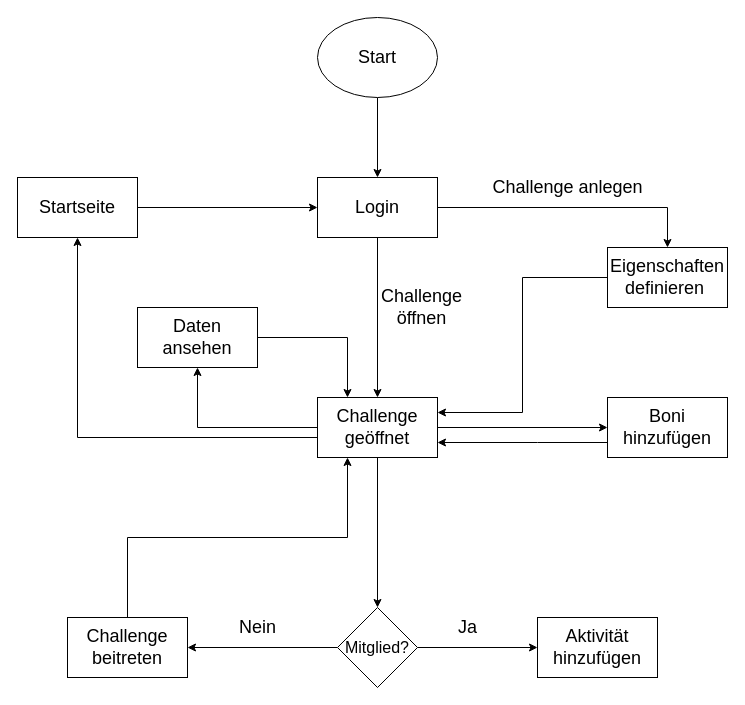
Earlier version of the draw.io diagram Dokumente/Diagramme/Ablauf.drawio (JasonDuffy/Sport-Challenge-Project). Source tidied: cells renumbered, new cells numbered last; positions are measured from the earlier drawing's top-left corner, leaving out a move shared by most shapes. Both pictures are drawn from the tidied source at 100%, with x=0, y=0 at pixel (17, 17).
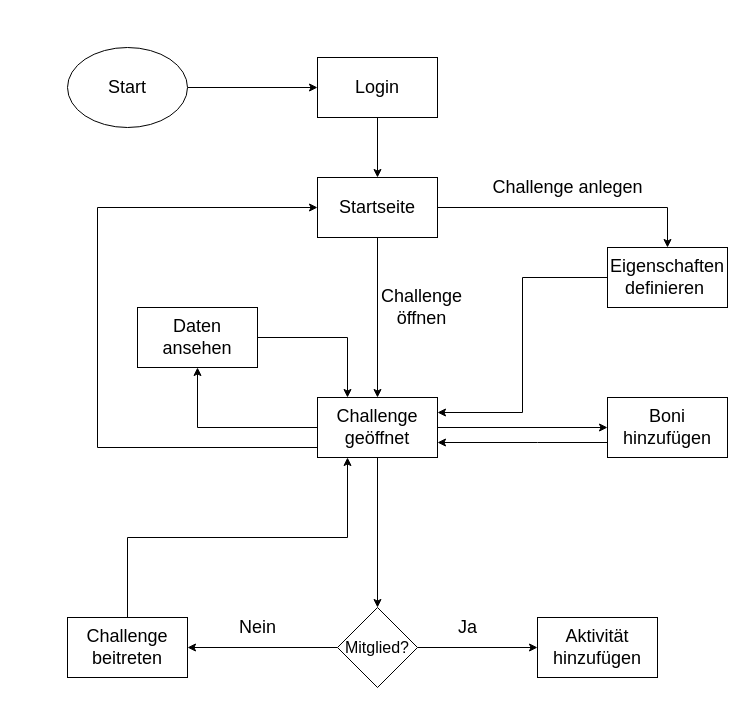
After the change.

The change refers to these unchanged cells:
```xml
<mxCell id="19" value="&lt;font style=&quot;font-size: 18px;&quot;&gt;Challenge geöffnet&lt;/font&gt;" style="rounded=0;whiteSpace=wrap;html=1;" parent="1" vertex="1">
  <mxGeometry x="300" y="380" width="120" height="60" as="geometry" />
</mxCell>
```

Change to the diagram source:
```diff
@@
-    <mxCell id="2" style="edgeStyle=orthogonalEdgeStyle;rounded=0;jettySize=auto;html=1;entryX=0.5;entryY=0;entryDx=0;entryDy=0;" parent="1" edge="1" source="3" target="6">
-      <mxGeometry relative="1" as="geometry" />
-    </mxCell>
+    <mxCell id="30" style="edgeStyle=orthogonalEdgeStyle;rounded=0;jettySize=auto;html=1;entryX=0;entryY=0.5;entryDx=0;entryDy=0;" parent="1" edge="1" source="3" target="10">
+      <mxGeometry relative="1" as="geometry" />
+    </mxCell>
     <mxCell id="3" value="&lt;font style=&quot;font-size: 18px;&quot;&gt;Start&lt;/font&gt;" style="ellipse;whiteSpace=wrap;html=1;" parent="1" vertex="1">
-      <mxGeometry x="300" width="120" height="80" as="geometry" />
+      <mxGeometry x="50" y="30" width="120" height="80" as="geometry" />
     </mxCell>
@@
-    <mxCell id="6" value="&lt;font style=&quot;font-size: 18px;&quot;&gt;Login&lt;/font&gt;" style="rounded=0;whiteSpace=wrap;html=1;" parent="1" vertex="1">
+    <mxCell id="6" value="&lt;font style=&quot;font-size: 18px;&quot;&gt;Startseite&lt;/font&gt;" style="rounded=0;whiteSpace=wrap;html=1;" parent="1" vertex="1">
       <mxGeometry x="300" y="160" width="120" height="60" as="geometry" />
     </mxCell>
@@
-    <mxCell id="9" style="edgeStyle=orthogonalEdgeStyle;rounded=0;jettySize=auto;html=1;entryX=0;entryY=0.5;entryDx=0;entryDy=0;" parent="1" edge="1" source="10" target="6">
+    <mxCell id="9" style="edgeStyle=orthogonalEdgeStyle;rounded=0;jettySize=auto;html=1;entryX=0.5;entryY=0;entryDx=0;entryDy=0;" parent="1" edge="1" source="10" target="6">
       <mxGeometry relative="1" as="geometry" />
     </mxCell>
-    <mxCell id="10" value="&lt;font style=&quot;font-size: 18px;&quot;&gt;Startseite&lt;/font&gt;" style="rounded=0;whiteSpace=wrap;html=1;" parent="1" vertex="1">
-      <mxGeometry y="160" width="120" height="60" as="geometry" />
+    <mxCell id="10" value="&lt;font style=&quot;font-size: 18px;&quot;&gt;Login&lt;/font&gt;" style="rounded=0;whiteSpace=wrap;html=1;" parent="1" vertex="1">
+      <mxGeometry x="300" y="40" width="120" height="60" as="geometry" />
     </mxCell>
@@
-    <mxCell id="18" style="edgeStyle=orthogonalEdgeStyle;rounded=0;jettySize=auto;html=1;" parent="1" edge="1" source="19" target="10">
-      <mxGeometry relative="1" as="geometry">
-        <Array as="points">
-          <mxPoint x="60" y="420" />
-        </Array>
-      </mxGeometry>
-    </mxCell>
+    <mxCell id="31" style="edgeStyle=orthogonalEdgeStyle;rounded=0;jettySize=auto;html=1;entryX=0;entryY=0.5;entryDx=0;entryDy=0;" parent="1" edge="1" source="19" target="6">
+      <mxGeometry relative="1" as="geometry">
+        <Array as="points">
+          <mxPoint x="80" y="430" />
+          <mxPoint x="80" y="190" />
+        </Array>
+      </mxGeometry>
+    </mxCell>
```
